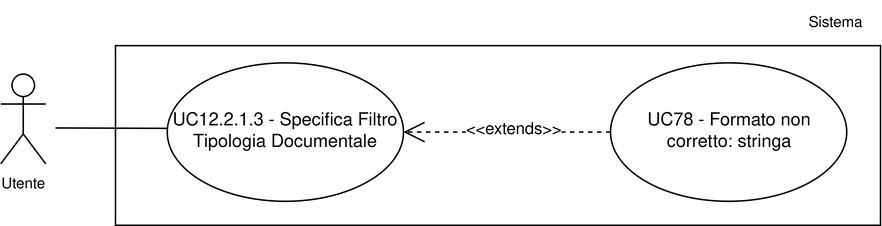
This is assets/uml/UC12.2.1.3.png from 7-ZPUs/Docs, a draw.io export, as it was before one commit. Source tidied: cells renumbered, new cells last; positions are measured from the earlier drawing's top-left corner, leaving out a move shared by most shapes.
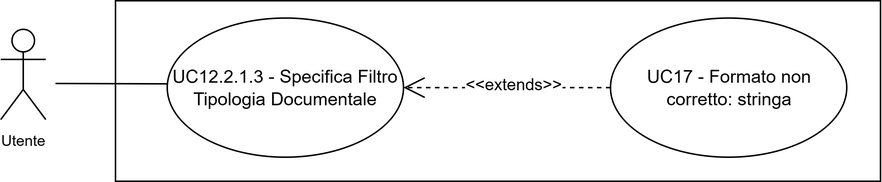
Above is the later version.

What changed in the source:
```diff
@@ -14,17 +14,14 @@
         <mxPoint x="111" y="85.2" as="targetPoint" />
       </mxGeometry>
     </mxCell>
-    <mxCell id="5" value="&lt;font&gt;Sistema&lt;/font&gt;" style="text;html=1;whiteSpace=wrap;strokeColor=none;fillColor=none;align=center;verticalAlign=middle;rounded=0;fontSize=10;" parent="1" vertex="1">
-      <mxGeometry x="526.5" width="60" height="30" as="geometry" />
+    <mxCell id="5" value="&lt;div&gt;UC12.2.1.3 - Specifica Filtro Tipologia Documentale&lt;/div&gt;" style="ellipse;whiteSpace=wrap;html=1;" parent="1" vertex="1">
+      <mxGeometry x="111" y="41.5" width="157.5" height="92.5" as="geometry" />
     </mxCell>
-    <mxCell id="6" value="&lt;div&gt;UC12.2.1.3 - Specifica Filtro Tipologia Documentale&lt;/div&gt;" style="ellipse;whiteSpace=wrap;html=1;" parent="1" vertex="1">
-      <mxGeometry x="111" y="41.5" width="157.5" height="92.5" as="geometry" />
+    <mxCell id="6" value="&lt;div&gt;UC17 -&amp;nbsp;Formato non corretto: stringa&lt;/div&gt;" style="ellipse;whiteSpace=wrap;html=1;" parent="1" vertex="1">
+      <mxGeometry x="406.5" y="41.5" width="157.5" height="92.5" as="geometry" />
     </mxCell>
-    <mxCell id="7" value="&lt;div&gt;UC78 -&amp;nbsp;Formato non corretto: stringa&lt;/div&gt;" style="ellipse;whiteSpace=wrap;html=1;" parent="1" vertex="1">
-      <mxGeometry x="406.5" y="41.5" width="157.5" height="92.5" as="geometry" />
+    <mxCell id="7" value="&amp;lt;&amp;lt;extends&amp;gt;&amp;gt;" style="endArrow=open;endSize=12;dashed=1;html=1;rounded=0;entryX=1;entryY=0.5;entryDx=0;entryDy=0;exitX=0;exitY=0.5;exitDx=0;exitDy=0;" parent="1" edge="1" source="6" target="5">
+      <mxGeometry x="-0.07" y="-2" relative="1" as="geometry" />
     </mxCell>
-    <mxCell id="8" value="&amp;lt;&amp;lt;extends&amp;gt;&amp;gt;" style="endArrow=open;endSize=12;dashed=1;html=1;rounded=0;entryX=1;entryY=0.5;entryDx=0;entryDy=0;exitX=0;exitY=0.5;exitDx=0;exitDy=0;" parent="1" edge="1" source="7" target="6">
-      <mxGeometry x="-0.07" y="-2" relative="1" as="geometry" />
-    </mxCell>
   </root>
 </mxGraphModel>
```
